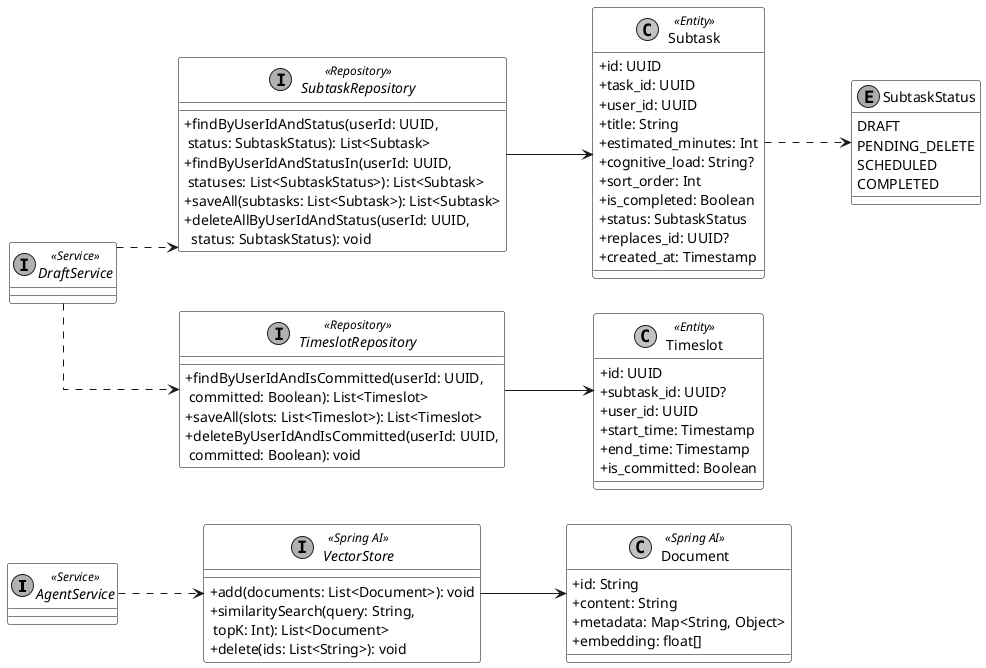
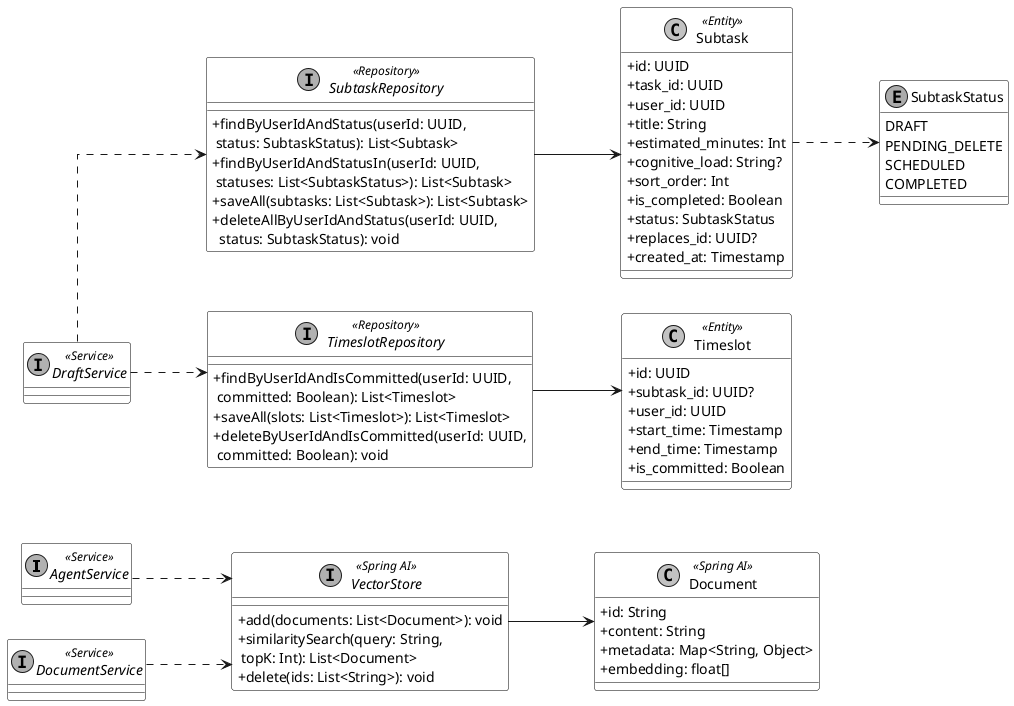
@startuml
skinparam monochrome true
skinparam shadowing false
skinparam defaultFontName Arial
skinparam classAttributeIconSize 0
skinparam linetype ortho
skinparam classBackgroundColor transparent
skinparam classBorderColor black
skinparam classAttributeBackgroundColor transparent
skinparam backgroundColor transparent
left to right direction

interface AgentService <<Service>>
+ interface DocumentService <<Service>>
interface DraftService <<Service>>

enum SubtaskStatus {
    DRAFT
    PENDING_DELETE
    SCHEDULED
    COMPLETED
}

class Subtask <<Entity>> {
    + id: UUID
    + task_id: UUID
    + user_id: UUID
    + title: String
    + estimated_minutes: Int
    + cognitive_load: String?
    + sort_order: Int
    + is_completed: Boolean
    + status: SubtaskStatus
    + replaces_id: UUID?
    + created_at: Timestamp
}

class Timeslot <<Entity>> {
    + id: UUID
    + subtask_id: UUID?
    + user_id: UUID
    + start_time: Timestamp
    + end_time: Timestamp
    + is_committed: Boolean
}

class Document <<Spring AI>> {
    + id: String
    + content: String
    + metadata: Map<String, Object>
    + embedding: float[]
}

interface SubtaskRepository <<Repository>> {
    + findByUserIdAndStatus(userId: UUID,\n status: SubtaskStatus): List<Subtask>
    + findByUserIdAndStatusIn(userId: UUID,\n statuses: List<SubtaskStatus>): List<Subtask>
    + saveAll(subtasks: List<Subtask>): List<Subtask>
    + deleteAllByUserIdAndStatus(userId: UUID,\n  status: SubtaskStatus): void
}

interface TimeslotRepository <<Repository>> {
    + findByUserIdAndIsCommitted(userId: UUID,\n committed: Boolean): List<Timeslot>
    + saveAll(slots: List<Timeslot>): List<Timeslot>
    + deleteByUserIdAndIsCommitted(userId: UUID,\n committed: Boolean): void
}

interface VectorStore <<Spring AI>> {
    + add(documents: List<Document>): void
    + similaritySearch(query: String,\n topK: Int): List<Document>
    + delete(ids: List<String>): void
}

DraftService ..> SubtaskRepository
DraftService ..> TimeslotRepository
AgentService ..> VectorStore
+ DocumentService ..> VectorStore

SubtaskRepository --> Subtask
TimeslotRepository --> Timeslot
VectorStore --> Document

Subtask ..> SubtaskStatus

@enduml
